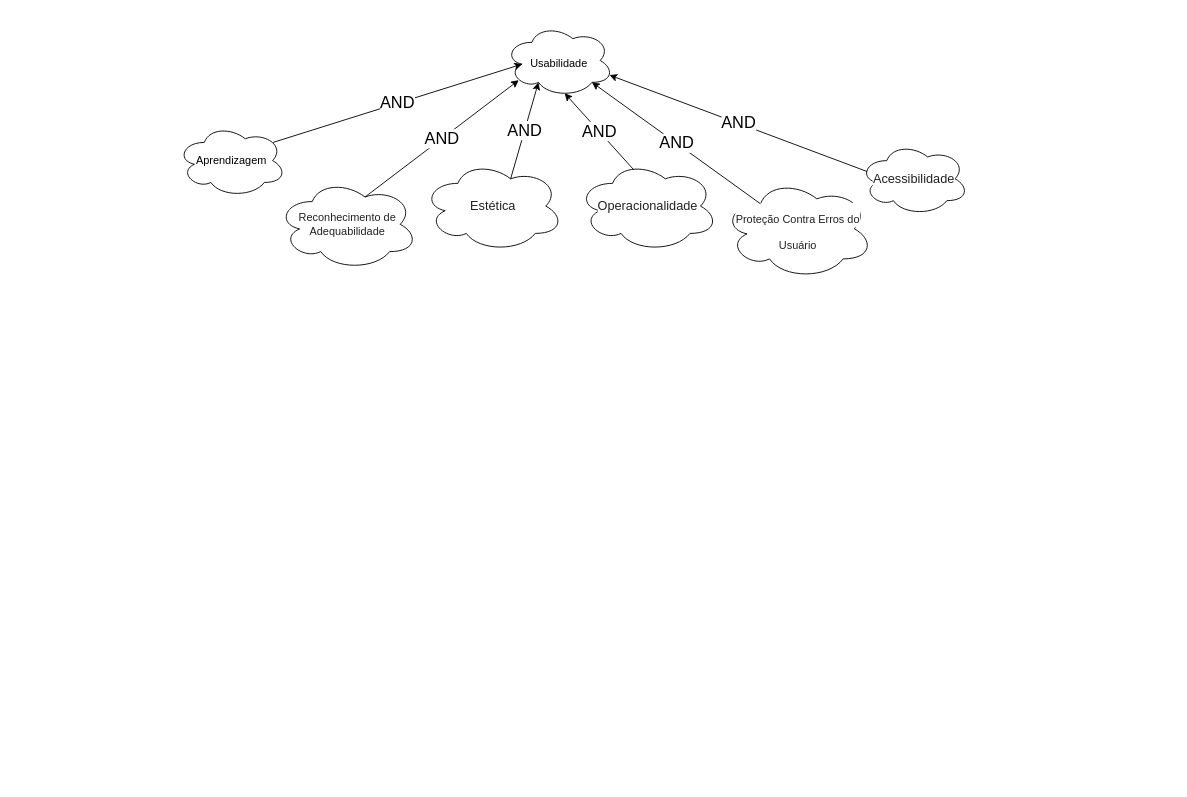
The draw.io diagram docs/assets/nfr/drawio/nfr_serfit_app_usab.drawio in UnBArqDsw2022-1/2022_1_G5_SerFit, before the edit. Source tidied: cells renumbered, new cells numbered last; positions are measured from the earlier drawing's top-left corner, leaving out a move shared by most shapes. Both pictures are drawn from the tidied source at 91%, with x=0, y=0 at pixel (177, 24).
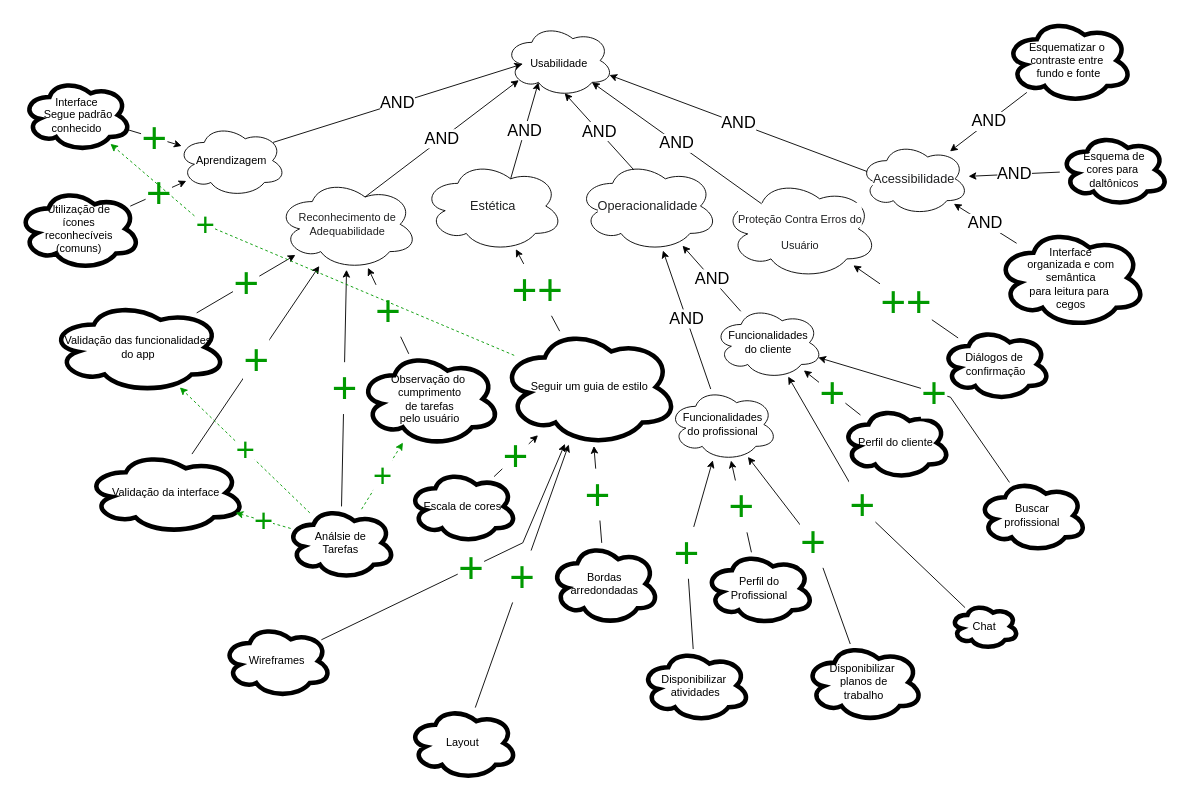
Above is the later version.

Unchanged cells that the change refers to:
```xml
<mxCell id="3" value="Aprendizagem" style="ellipse;shape=cloud;whiteSpace=wrap;html=1;imageBorder=none;" parent="1" vertex="1">
  <mxGeometry y="110" width="120" height="80" as="geometry" />
</mxCell>
<mxCell id="4" value="&lt;span style=&quot;color: rgb(32, 33, 34); font-family: sans-serif; text-align: left; background-color: rgb(255, 255, 255);&quot;&gt;&lt;font style=&quot;font-size: 12px;&quot;&gt;Reconhecimento de Adequabilidade&lt;/font&gt;&lt;/span&gt;" style="ellipse;shape=cloud;whiteSpace=wrap;html=1;imageBorder=none;" parent="1" vertex="1">
  <mxGeometry x="110" y="170" width="154.6" height="100" as="geometry" />
</mxCell>
<mxCell id="5" value="&lt;span style=&quot;color: rgb(32, 33, 34); font-family: sans-serif; font-size: 14px; text-align: left; background-color: rgb(255, 255, 255);&quot;&gt;Estética&lt;/span&gt;" style="ellipse;shape=cloud;whiteSpace=wrap;html=1;imageBorder=none;" parent="1" vertex="1">
  <mxGeometry x="270" y="150" width="154.6" height="100" as="geometry" />
</mxCell>
<mxCell id="6" value="&lt;span style=&quot;color: rgb(32, 33, 34); font-family: sans-serif; font-size: 14px; text-align: left; background-color: rgb(255, 255, 255);&quot;&gt;Operacionalidade&lt;/span&gt;" style="ellipse;shape=cloud;whiteSpace=wrap;html=1;imageBorder=none;" parent="1" vertex="1">
  <mxGeometry x="440" y="150" width="154.6" height="100" as="geometry" />
</mxCell>
<mxCell id="8" value="&lt;span style=&quot;color: rgb(32, 33, 34); font-family: sans-serif; font-size: 14px; text-align: left; background-color: rgb(255, 255, 255);&quot;&gt;Acessibilidade&lt;/span&gt;" style="ellipse;shape=cloud;whiteSpace=wrap;html=1;imageBorder=none;" parent="1" vertex="1">
  <mxGeometry x="750" y="130" width="120" height="80" as="geometry" />
</mxCell>
```

What changed in the source:
```diff
@@
     <mxCell id="7" value="&lt;span style=&quot;color: rgb(32, 33, 34); font-family: sans-serif; text-align: left; background-color: rgb(255, 255, 255);&quot;&gt;&lt;font style=&quot;font-size: 12px;&quot;&gt;Proteção Contra Erros do Usuário&lt;/font&gt;&lt;/span&gt;" style="ellipse;shape=cloud;whiteSpace=wrap;html=1;imageBorder=none;labelBackgroundColor=none;fontSize=24;fontColor=#007FFF;strokeColor=#000000;fillColor=none;" parent="1" vertex="1">
-      <mxGeometry x="600" y="170" width="165" height="110" as="geometry" />
+      <mxGeometry x="600" y="170" width="170" height="110" as="geometry" />
     </mxCell>
@@
+    <mxCell id="15" value="Interface&lt;br&gt;&amp;nbsp;Segue padrão conhecido" style="ellipse;shape=cloud;whiteSpace=wrap;html=1;strokeColor=#000000;strokeWidth=5;" parent="1" vertex="1">
+      <mxGeometry x="-170" y="60" width="120" height="80" as="geometry" />
+    </mxCell>
+    <mxCell id="16" value="Seguir um guia de estilo" style="ellipse;shape=cloud;whiteSpace=wrap;html=1;strokeColor=#000000;strokeWidth=5;" parent="1" vertex="1">
+      <mxGeometry x="355.5" y="333.7" width="195" height="130" as="geometry" />
+    </mxCell>
+    <mxCell id="17" value="Diálogos de&amp;nbsp;&lt;br&gt;confirmação" style="ellipse;shape=cloud;whiteSpace=wrap;html=1;strokeColor=#000000;strokeWidth=5;" parent="1" vertex="1">
+      <mxGeometry x="840" y="333.7" width="120" height="80" as="geometry" />
+    </mxCell>
+    <mxCell id="18" value="Esquema de&lt;br&gt;cores para&amp;nbsp;&lt;br&gt;daltônicos" style="ellipse;shape=cloud;whiteSpace=wrap;html=1;strokeColor=#000000;strokeWidth=5;" parent="1" vertex="1">
+      <mxGeometry x="970" y="120" width="120" height="80" as="geometry" />
+    </mxCell>
+    <mxCell id="19" value="Interface&lt;br&gt;organizada e com&lt;br&gt;semântica&lt;br&gt;para leitura para&amp;nbsp;&lt;br&gt;cegos" style="ellipse;shape=cloud;whiteSpace=wrap;html=1;strokeColor=#000000;strokeWidth=5;" parent="1" vertex="1">
+      <mxGeometry x="900" y="223.7" width="165" height="110" as="geometry" />
+    </mxCell>
+    <mxCell id="20" value="Validação das funcionalidades&lt;br&gt;do app" style="ellipse;shape=cloud;whiteSpace=wrap;html=1;strokeColor=#000000;strokeWidth=5;" parent="1" vertex="1">
+      <mxGeometry x="-140" y="305" width="195" height="100" as="geometry" />
+    </mxCell>
+    <mxCell id="21" value="Validação da interface" style="ellipse;shape=cloud;whiteSpace=wrap;html=1;strokeColor=#000000;strokeWidth=5;" parent="1" vertex="1">
+      <mxGeometry x="-100" y="470" width="175.5" height="90" as="geometry" />
+    </mxCell>
+    <mxCell id="22" value="Funcionalidades &lt;br&gt;do cliente" style="ellipse;shape=cloud;whiteSpace=wrap;html=1;imageBorder=none;" parent="1" vertex="1">
+      <mxGeometry x="590" y="310" width="120" height="80" as="geometry" />
+    </mxCell>
+    <mxCell id="23" value="Funcionalidades &lt;br&gt;do profissional" style="ellipse;shape=cloud;whiteSpace=wrap;html=1;imageBorder=none;" parent="1" vertex="1">
+      <mxGeometry x="540" y="400" width="120" height="80" as="geometry" />
+    </mxCell>
+    <mxCell id="24" value="&lt;font style=&quot;font-size: 18px;&quot;&gt;AND&lt;/font&gt;" style="endArrow=classic;html=1;rounded=0;fontSize=9;fontColor=#000000;" parent="1" edge="1" source="23" target="6">
+      <mxGeometry relative="1" as="geometry" />
+    </mxCell>
+    <mxCell id="25" value="&lt;font style=&quot;font-size: 18px;&quot;&gt;AND&lt;/font&gt;" style="endArrow=classic;html=1;rounded=0;fontSize=9;fontColor=#000000;" parent="1" edge="1" source="22" target="6">
+      <mxGeometry relative="1" as="geometry" />
+    </mxCell>
+    <mxCell id="26" value="Perfil do &lt;br&gt;Profissional" style="ellipse;shape=cloud;whiteSpace=wrap;html=1;strokeColor=#000000;strokeWidth=5;" parent="1" vertex="1">
+      <mxGeometry x="580" y="580" width="120" height="80" as="geometry" />
+    </mxCell>
+    <mxCell id="27" value="Perfil do cliente" style="ellipse;shape=cloud;whiteSpace=wrap;html=1;strokeColor=#000000;strokeWidth=5;" parent="1" vertex="1">
+      <mxGeometry x="730" y="420" width="120" height="80" as="geometry" />
+    </mxCell>
+    <mxCell id="28" value="Esquematizar o&amp;nbsp;&lt;br&gt;contraste entre&amp;nbsp;&lt;br&gt;fundo e fonte" style="ellipse;shape=cloud;whiteSpace=wrap;html=1;strokeColor=#000000;strokeWidth=5;" parent="1" vertex="1">
+      <mxGeometry x="910" y="-6.7" width="140" height="93.3" as="geometry" />
+    </mxCell>
+    <mxCell id="29" value="Análsie de &lt;br&gt;Tarefas" style="ellipse;shape=cloud;whiteSpace=wrap;html=1;strokeColor=#000000;strokeWidth=5;" parent="1" vertex="1">
+      <mxGeometry x="120" y="530" width="120" height="80" as="geometry" />
+    </mxCell>
+    <mxCell id="30" value="Observação do&amp;nbsp;&lt;br&gt;cumprimento&lt;br&gt;de tarefas&lt;br&gt;pelo usuário" style="ellipse;shape=cloud;whiteSpace=wrap;html=1;strokeColor=#000000;strokeWidth=5;" parent="1" vertex="1">
+      <mxGeometry x="200" y="360" width="155.5" height="103.7" as="geometry" />
+    </mxCell>
+    <mxCell id="31" value="Buscar &lt;br&gt;profissional" style="ellipse;shape=cloud;whiteSpace=wrap;html=1;strokeColor=#000000;strokeWidth=5;" parent="1" vertex="1">
+      <mxGeometry x="880" y="500" width="120" height="80" as="geometry" />
+    </mxCell>
+    <mxCell id="32" value="Chat" style="ellipse;shape=cloud;whiteSpace=wrap;html=1;strokeColor=#000000;strokeWidth=5;" parent="1" vertex="1">
+      <mxGeometry x="850" y="636.7" width="75" height="50" as="geometry" />
+    </mxCell>
+    <mxCell id="33" value="Disponibilizar&amp;nbsp;&lt;br&gt;atividades" style="ellipse;shape=cloud;whiteSpace=wrap;html=1;strokeColor=#000000;strokeWidth=5;" parent="1" vertex="1">
+      <mxGeometry x="510" y="686.7" width="120" height="80" as="geometry" />
+    </mxCell>
+    <mxCell id="34" value="Disponibilizar&amp;nbsp;&lt;br&gt;planos de&lt;br&gt;trabalho" style="ellipse;shape=cloud;whiteSpace=wrap;html=1;strokeColor=#000000;strokeWidth=5;" parent="1" vertex="1">
+      <mxGeometry x="690" y="680" width="130" height="86.7" as="geometry" />
+    </mxCell>
+    <mxCell id="35" value="Utilização de&lt;br&gt;ícones&lt;br&gt;reconhecíveis &lt;br&gt;(comuns)" style="ellipse;shape=cloud;whiteSpace=wrap;html=1;strokeColor=#000000;strokeWidth=5;" parent="1" vertex="1">
+      <mxGeometry x="-175" y="180" width="135" height="90" as="geometry" />
+    </mxCell>
+    <mxCell id="36" value="&lt;font style=&quot;font-size: 48px;&quot; color=&quot;#009900&quot;&gt;+&lt;/font&gt;" style="endArrow=classic;html=1;rounded=0;fontSize=9;fontColor=#000000;" parent="1" edge="1" source="15" target="3">
+      <mxGeometry relative="1" as="geometry" />
+    </mxCell>
+    <mxCell id="37" value="&lt;font style=&quot;font-size: 48px;&quot; color=&quot;#009900&quot;&gt;+&lt;/font&gt;" style="endArrow=classic;html=1;rounded=0;fontSize=9;fontColor=#000000;" parent="1" edge="1" source="35" target="3">
+      <mxGeometry relative="1" as="geometry" />
+    </mxCell>
+    <mxCell id="38" value="&lt;font style=&quot;font-size: 48px;&quot; color=&quot;#009900&quot;&gt;+&lt;/font&gt;" style="endArrow=classic;html=1;rounded=0;fontSize=9;fontColor=#000000;" parent="1" edge="1" source="20" target="4">
+      <mxGeometry relative="1" as="geometry" />
+    </mxCell>
+    <mxCell id="39" value="&lt;font style=&quot;font-size: 48px;&quot; color=&quot;#009900&quot;&gt;+&lt;/font&gt;" style="endArrow=classic;html=1;rounded=0;fontSize=9;fontColor=#000000;" parent="1" edge="1" source="30" target="4">
+      <mxGeometry relative="1" as="geometry" />
+    </mxCell>
+    <mxCell id="40" value="&lt;font style=&quot;font-size: 48px;&quot; color=&quot;#009900&quot;&gt;+&lt;/font&gt;" style="endArrow=classic;html=1;rounded=0;fontSize=9;fontColor=#000000;" parent="1" edge="1" source="21" target="4">
+      <mxGeometry relative="1" as="geometry" />
+    </mxCell>
+    <mxCell id="41" value="&lt;font style=&quot;font-size: 48px;&quot; color=&quot;#009900&quot;&gt;+&lt;/font&gt;" style="endArrow=classic;html=1;rounded=0;fontSize=9;fontColor=#000000;" parent="1" edge="1" source="29" target="4">
+      <mxGeometry relative="1" as="geometry" />
+    </mxCell>
+    <mxCell id="42" value="&lt;font style=&quot;font-size: 36px;&quot; color=&quot;#009900&quot;&gt;+&lt;/font&gt;" style="endArrow=classic;html=1;rounded=0;fontSize=9;fontColor=#000000;dashed=1;strokeColor=#009900;" parent="1" edge="1" source="29" target="30">
+      <mxGeometry relative="1" as="geometry" />
+    </mxCell>
+    <mxCell id="43" value="&lt;font style=&quot;font-size: 36px;&quot; color=&quot;#009900&quot;&gt;+&lt;/font&gt;" style="endArrow=classic;html=1;rounded=0;fontSize=9;fontColor=#000000;dashed=1;strokeColor=#009900;" parent="1" edge="1" source="29" target="21">
+      <mxGeometry relative="1" as="geometry" />
+    </mxCell>
+    <mxCell id="44" value="&lt;font style=&quot;font-size: 36px;&quot; color=&quot;#009900&quot;&gt;+&lt;/font&gt;" style="endArrow=classic;html=1;rounded=0;fontSize=9;fontColor=#000000;dashed=1;strokeColor=#009900;" parent="1" edge="1" source="29" target="20">
+      <mxGeometry relative="1" as="geometry" />
+    </mxCell>
+    <mxCell id="45" value="&lt;font style=&quot;font-size: 48px;&quot; color=&quot;#009900&quot;&gt;++&lt;/font&gt;" style="endArrow=classic;html=1;rounded=0;fontSize=9;fontColor=#000000;" parent="1" edge="1" source="16" target="5">
+      <mxGeometry relative="1" as="geometry" />
+    </mxCell>
+    <mxCell id="46" value="Escala de cores" style="ellipse;shape=cloud;whiteSpace=wrap;html=1;strokeColor=#000000;strokeWidth=5;" parent="1" vertex="1">
+      <mxGeometry x="254" y="490" width="120" height="80" as="geometry" />
+    </mxCell>
+    <mxCell id="47" value="Bordas&lt;br&gt;arredondadas" style="ellipse;shape=cloud;whiteSpace=wrap;html=1;strokeColor=#000000;strokeWidth=5;" parent="1" vertex="1">
+      <mxGeometry x="410" y="570" width="120" height="90" as="geometry" />
+    </mxCell>
+    <mxCell id="48" value="&lt;font style=&quot;font-size: 36px;&quot; color=&quot;#009900&quot;&gt;+&lt;/font&gt;" style="endArrow=classic;html=1;rounded=0;fontSize=9;fontColor=#000000;dashed=1;strokeColor=#009900;" parent="1" edge="1" source="16" target="15">
+      <mxGeometry x="0.46" relative="1" as="geometry">
+        <Array as="points">
+          <mxPoint x="30" y="220" />
+        </Array>
+      </mxGeometry>
+    </mxCell>
+    <mxCell id="49" value="Wireframes" style="ellipse;shape=cloud;whiteSpace=wrap;html=1;strokeColor=#000000;strokeWidth=5;" parent="1" vertex="1">
+      <mxGeometry x="50" y="660" width="120" height="80" as="geometry" />
+    </mxCell>
+    <mxCell id="50" value="Layout" style="ellipse;shape=cloud;whiteSpace=wrap;html=1;strokeColor=#000000;strokeWidth=5;" parent="1" vertex="1">
+      <mxGeometry x="254" y="750" width="120" height="80" as="geometry" />
+    </mxCell>
+    <mxCell id="51" value="&lt;font style=&quot;font-size: 48px;&quot; color=&quot;#009900&quot;&gt;+&lt;/font&gt;" style="endArrow=classic;html=1;rounded=0;fontSize=9;fontColor=#000000;" parent="1" edge="1" source="46" target="16">
+      <mxGeometry relative="1" as="geometry" />
+    </mxCell>
+    <mxCell id="52" value="&lt;font style=&quot;font-size: 48px;&quot; color=&quot;#009900&quot;&gt;+&lt;/font&gt;" style="endArrow=classic;html=1;rounded=0;fontSize=9;fontColor=#000000;" parent="1" edge="1" source="47" target="16">
+      <mxGeometry relative="1" as="geometry" />
+    </mxCell>
+    <mxCell id="53" value="&lt;font style=&quot;font-size: 48px;&quot; color=&quot;#009900&quot;&gt;+&lt;/font&gt;" style="endArrow=classic;html=1;rounded=0;fontSize=9;fontColor=#000000;" parent="1" edge="1" source="49" target="16">
+      <mxGeometry relative="1" as="geometry">
+        <Array as="points">
+          <mxPoint x="380" y="570" />
+        </Array>
+      </mxGeometry>
+    </mxCell>
+    <mxCell id="54" value="&lt;font style=&quot;font-size: 48px;&quot; color=&quot;#009900&quot;&gt;+&lt;/font&gt;" style="endArrow=classic;html=1;rounded=0;fontSize=9;fontColor=#000000;" parent="1" edge="1" source="50" target="16">
+      <mxGeometry relative="1" as="geometry" />
+    </mxCell>
+    <mxCell id="55" value="&lt;font style=&quot;font-size: 48px;&quot; color=&quot;#009900&quot;&gt;+&lt;/font&gt;" style="endArrow=classic;html=1;rounded=0;fontSize=9;fontColor=#000000;" parent="1" edge="1" source="26" target="23">
+      <mxGeometry relative="1" as="geometry" />
+    </mxCell>
+    <mxCell id="56" value="&lt;font style=&quot;font-size: 48px;&quot; color=&quot;#009900&quot;&gt;+&lt;/font&gt;" style="endArrow=classic;html=1;rounded=0;fontSize=9;fontColor=#000000;" parent="1" edge="1" source="33" target="23">
+      <mxGeometry relative="1" as="geometry">
+        <Array as="points">
+          <mxPoint x="560" y="580" />
+        </Array>
+      </mxGeometry>
+    </mxCell>
+    <mxCell id="57" value="&lt;font style=&quot;font-size: 48px;&quot; color=&quot;#009900&quot;&gt;+&lt;/font&gt;" style="endArrow=classic;html=1;rounded=0;fontSize=9;fontColor=#000000;" parent="1" edge="1" source="34" target="23">
+      <mxGeometry relative="1" as="geometry">
+        <Array as="points">
+          <mxPoint x="700" y="570" />
+        </Array>
+      </mxGeometry>
+    </mxCell>
+    <mxCell id="58" value="&lt;font style=&quot;font-size: 48px;&quot; color=&quot;#009900&quot;&gt;+&lt;/font&gt;" style="endArrow=classic;html=1;rounded=0;fontSize=9;fontColor=#000000;" parent="1" edge="1" source="27" target="22">
+      <mxGeometry relative="1" as="geometry" />
+    </mxCell>
+    <mxCell id="59" value="&lt;font style=&quot;font-size: 48px;&quot; color=&quot;#009900&quot;&gt;+&lt;/font&gt;" style="endArrow=classic;html=1;rounded=0;fontSize=9;fontColor=#000000;" parent="1" edge="1" source="32" target="22">
+      <mxGeometry relative="1" as="geometry">
+        <Array as="points">
+          <mxPoint x="760" y="540" />
+        </Array>
+      </mxGeometry>
+    </mxCell>
+    <mxCell id="60" value="&lt;font style=&quot;font-size: 48px;&quot; color=&quot;#009900&quot;&gt;+&lt;/font&gt;" style="endArrow=classic;html=1;rounded=0;fontSize=9;fontColor=#000000;" parent="1" edge="1" source="31" target="22">
+      <mxGeometry relative="1" as="geometry">
+        <Array as="points">
+          <mxPoint x="850" y="410" />
+        </Array>
+      </mxGeometry>
+    </mxCell>
+    <mxCell id="61" value="&lt;font style=&quot;font-size: 48px;&quot; color=&quot;#009900&quot;&gt;++&lt;/font&gt;" style="endArrow=classic;html=1;rounded=0;fontSize=9;fontColor=#000000;" parent="1" edge="1" source="17" target="7">
+      <mxGeometry relative="1" as="geometry" />
+    </mxCell>
+    <mxCell id="62" value="&lt;font style=&quot;font-size: 18px;&quot;&gt;AND&lt;/font&gt;" style="endArrow=classic;html=1;rounded=0;fontSize=9;fontColor=#000000;" parent="1" edge="1" source="28" target="8">
+      <mxGeometry relative="1" as="geometry" />
+    </mxCell>
+    <mxCell id="63" value="&lt;font style=&quot;font-size: 18px;&quot;&gt;AND&lt;/font&gt;" style="endArrow=classic;html=1;rounded=0;fontSize=9;fontColor=#000000;" parent="1" edge="1" source="18" target="8">
+      <mxGeometry relative="1" as="geometry" />
+    </mxCell>
+    <mxCell id="64" value="&lt;font style=&quot;font-size: 18px;&quot;&gt;AND&lt;/font&gt;" style="endArrow=classic;html=1;rounded=0;fontSize=9;fontColor=#000000;" parent="1" edge="1" source="19" target="8">
+      <mxGeometry relative="1" as="geometry" />
+    </mxCell>
```
